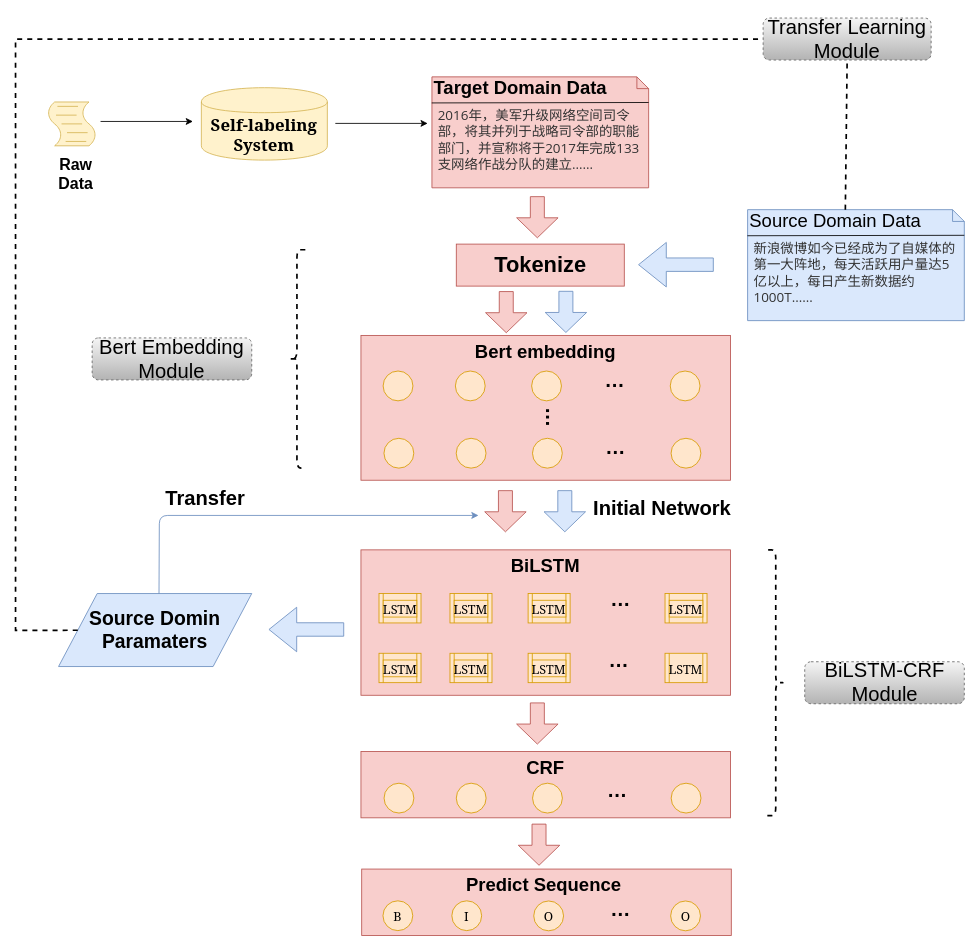
The draw.io diagram TBBC逻辑功能图.drawio in yhx123hero/CyberspaceSecurity_NER, before the edit. Source tidied: cells renumbered, new cells numbered last; positions are measured from the earlier drawing's top-left corner, leaving out a move shared by most shapes. Both pictures are drawn from the tidied source at 84%, with x=0, y=0 at pixel (15, 18).
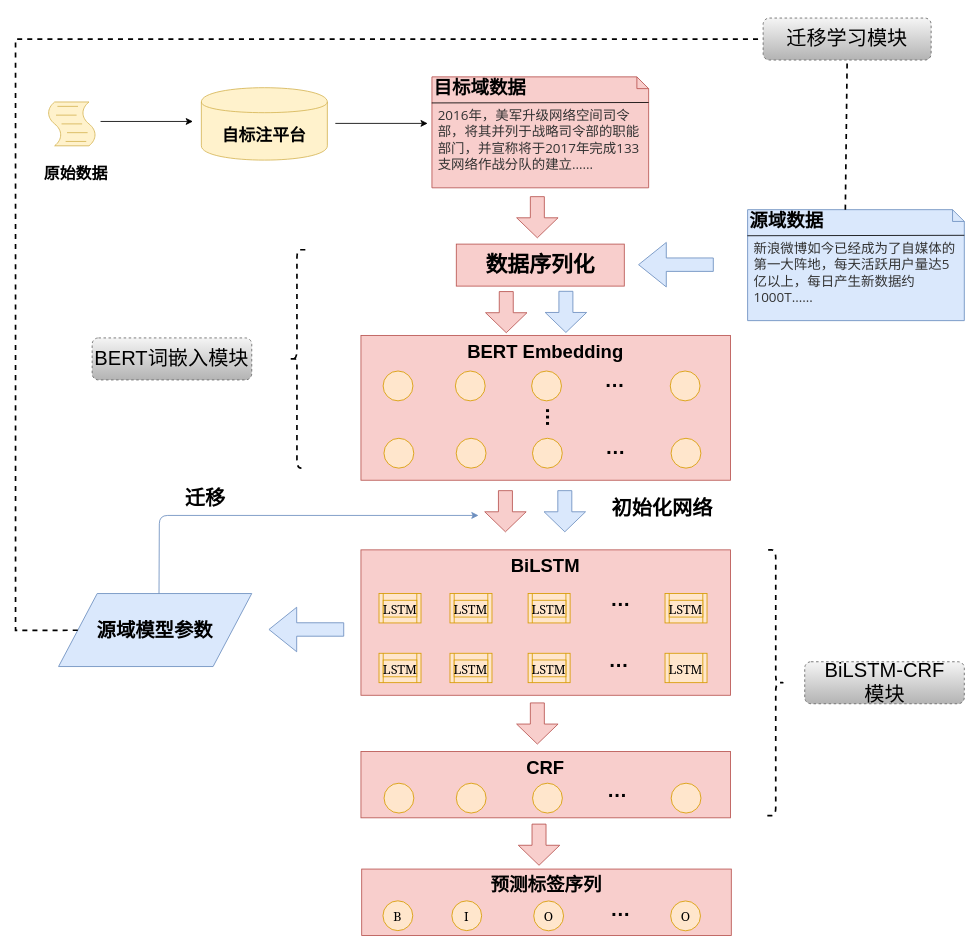
The same page after the edit.

Commit message (it also covers changes not shown here):
更新TBBC逻辑功能图.drawio

Change to the diagram source:
```diff
@@
-    <mxCell id="23" value="Predict Sequence&amp;nbsp;" style="rounded=0;whiteSpace=wrap;html=1;fontSize=22;verticalAlign=top;fillColor=#f8cecc;strokeColor=#b85450;fontStyle=1;" parent="1" vertex="1">
+    <mxCell id="23" value="预测标签序列" style="rounded=0;whiteSpace=wrap;html=1;fontSize=22;verticalAlign=top;fillColor=#f8cecc;strokeColor=#b85450;fontStyle=1;" parent="1" vertex="1">
       <mxGeometry x="412.1" y="1013.1" width="440" height="79" as="geometry" />
     </mxCell>
@@
-    <mxCell id="32" value="Self-labeling System" style="shape=cylinder;whiteSpace=wrap;html=1;boundedLbl=1;backgroundOutline=1;labelBackgroundColor=none;fontFamily=Georgia;fontSize=20;fontStyle=1;fillColor=#fff2cc;strokeColor=#d6b656;" parent="1" vertex="1">
+    <mxCell id="32" value="自标注平台" style="shape=cylinder;whiteSpace=wrap;html=1;boundedLbl=1;backgroundOutline=1;labelBackgroundColor=none;fontFamily=Georgia;fontSize=20;fontStyle=1;fillColor=#fff2cc;strokeColor=#d6b656;" parent="1" vertex="1">
       <mxGeometry x="221.2" y="82.9" width="150" height="86.2" as="geometry" />
     </mxCell>
@@
-    <mxCell id="35" value="Tokenize" style="rounded=0;whiteSpace=wrap;html=1;strokeWidth=1;fontSize=26;fillColor=#f8cecc;strokeColor=#b85450;fontStyle=1;" parent="1" vertex="1">
+    <mxCell id="35" value="数据序列化" style="rounded=0;whiteSpace=wrap;html=1;strokeWidth=1;fontSize=26;fillColor=#f8cecc;strokeColor=#b85450;fontStyle=1;" parent="1" vertex="1">
       <mxGeometry x="524.7" y="269.1" width="200" height="50" as="geometry" />
     </mxCell>
-    <mxCell id="36" value="Bert embedding" style="rounded=0;whiteSpace=wrap;html=1;strokeWidth=1;fontSize=22;verticalAlign=top;fillColor=#f8cecc;strokeColor=#b85450;fontStyle=1;" parent="1" vertex="1">
+    <mxCell id="36" value="BERT Embedding" style="rounded=0;whiteSpace=wrap;html=1;strokeWidth=1;fontSize=22;verticalAlign=top;fillColor=#f8cecc;strokeColor=#b85450;fontStyle=1;" parent="1" vertex="1">
       <mxGeometry x="411.2" y="377.8" width="440" height="172.4" as="geometry" />
     </mxCell>
@@
-    <mxCell id="52" value="Target Domain Data" style="shape=note;whiteSpace=wrap;html=1;size=14;verticalAlign=top;align=left;spacingTop=-6;strokeWidth=1;fontSize=22;fillColor=#f8cecc;strokeColor=#b85450;fontStyle=1;" parent="1" vertex="1">
+    <mxCell id="52" value="目标域数据" style="shape=note;whiteSpace=wrap;html=1;size=14;verticalAlign=top;align=left;spacingTop=-6;strokeWidth=1;fontSize=22;fillColor=#f8cecc;strokeColor=#b85450;fontStyle=1;" parent="1" vertex="1">
       <mxGeometry x="495.7" y="70" width="258" height="132.1" as="geometry" />
     </mxCell>
@@
-    <mxCell id="55" value="Source Domain Data" style="shape=note;whiteSpace=wrap;html=1;size=14;verticalAlign=top;align=left;spacingTop=-6;strokeWidth=1;fontSize=22;fillColor=#dae8fc;strokeColor=#6c8ebf;" parent="1" vertex="1">
+    <mxCell id="55" value="&lt;b&gt;源域数据&lt;/b&gt;" style="shape=note;whiteSpace=wrap;html=1;size=14;verticalAlign=top;align=left;spacingTop=-6;strokeWidth=1;fontSize=22;fillColor=#dae8fc;strokeColor=#6c8ebf;" parent="1" vertex="1">
       <mxGeometry x="871.5" y="228.1" width="258" height="132.1" as="geometry" />
     </mxCell>
@@
-    <mxCell id="58" value="Source Domin Paramaters" style="shape=parallelogram;perimeter=parallelogramPerimeter;whiteSpace=wrap;html=1;strokeWidth=1;fontSize=23;fontStyle=1;fillColor=#dae8fc;strokeColor=#6c8ebf;" parent="1" vertex="1">
+    <mxCell id="58" value="源域模型参数" style="shape=parallelogram;perimeter=parallelogramPerimeter;whiteSpace=wrap;html=1;strokeWidth=1;fontSize=23;fontStyle=1;fillColor=#dae8fc;strokeColor=#6c8ebf;" parent="1" vertex="1">
       <mxGeometry x="51.2" y="685.1" width="230" height="86.9" as="geometry" />
     </mxCell>
@@
-    <mxCell id="61" value="Raw Data" style="text;html=1;strokeColor=none;fillColor=none;align=center;verticalAlign=middle;whiteSpace=wrap;rounded=0;fontSize=19;fontStyle=1;" parent="1" vertex="1">
+    <mxCell id="61" value="原始数据" style="text;html=1;strokeColor=none;fillColor=none;align=center;verticalAlign=middle;whiteSpace=wrap;rounded=0;fontSize=19;fontStyle=1;" parent="1" vertex="1">
       <mxGeometry x="30" y="169.1" width="84" height="33" as="geometry" />
     </mxCell>
@@
-    <mxCell id="72" value="Transfer" style="text;html=1;strokeColor=none;fillColor=none;align=center;verticalAlign=middle;whiteSpace=wrap;rounded=0;fontSize=24;fontStyle=1;" parent="1" vertex="1">
+    <mxCell id="72" value="迁移" style="text;html=1;strokeColor=none;fillColor=none;align=center;verticalAlign=middle;whiteSpace=wrap;rounded=0;fontSize=24;fontStyle=1;" parent="1" vertex="1">
       <mxGeometry x="171.2" y="562.1" width="110" height="20" as="geometry" />
     </mxCell>
-    <mxCell id="73" value="Initial Network" style="text;html=1;strokeColor=none;fillColor=none;align=center;verticalAlign=middle;whiteSpace=wrap;rounded=0;fontSize=24;fontStyle=1;" parent="1" vertex="1">
+    <mxCell id="73" value="初始化网络" style="text;html=1;strokeColor=none;fillColor=none;align=center;verticalAlign=middle;whiteSpace=wrap;rounded=0;fontSize=24;fontStyle=1;" parent="1" vertex="1">
       <mxGeometry x="669.6" y="574.1" width="200" height="20" as="geometry" />
     </mxCell>
@@
-    <mxCell id="75" value="Bert Embedding Module" style="rounded=1;whiteSpace=wrap;html=1;strokeWidth=1;fontSize=24;dashed=1;gradientColor=#b3b3b3;fillColor=#f5f5f5;strokeColor=#666666;" parent="1" vertex="1">
+    <mxCell id="75" value="BERT词嵌入模块" style="rounded=1;whiteSpace=wrap;html=1;strokeWidth=1;fontSize=24;dashed=1;gradientColor=#b3b3b3;fillColor=#f5f5f5;strokeColor=#666666;" parent="1" vertex="1">
       <mxGeometry x="91.2" y="380.8" width="190" height="50" as="geometry" />
     </mxCell>
-    <mxCell id="76" value="BiLSTM-CRF Module" style="rounded=1;whiteSpace=wrap;html=1;strokeWidth=1;fontSize=24;dashed=1;gradientColor=#b3b3b3;fillColor=#f5f5f5;strokeColor=#666666;" parent="1" vertex="1">
+    <mxCell id="76" value="BiLSTM-CRF &lt;br&gt;模块" style="rounded=1;whiteSpace=wrap;html=1;strokeWidth=1;fontSize=24;dashed=1;gradientColor=#b3b3b3;fillColor=#f5f5f5;strokeColor=#666666;" parent="1" vertex="1">
       <mxGeometry x="939.5" y="766.3" width="190" height="50" as="geometry" />
     </mxCell>
@@
-    <mxCell id="78" value="Transfer Learning Module" style="rounded=1;whiteSpace=wrap;html=1;strokeWidth=1;fontSize=24;dashed=1;gradientColor=#b3b3b3;fillColor=#f5f5f5;strokeColor=#666666;" parent="1" vertex="1">
+    <mxCell id="78" value="迁移学习模块" style="rounded=1;whiteSpace=wrap;html=1;strokeWidth=1;fontSize=24;dashed=1;gradientColor=#b3b3b3;fillColor=#f5f5f5;strokeColor=#666666;" parent="1" vertex="1">
       <mxGeometry x="890" width="200" height="50" as="geometry" />
     </mxCell>
```
